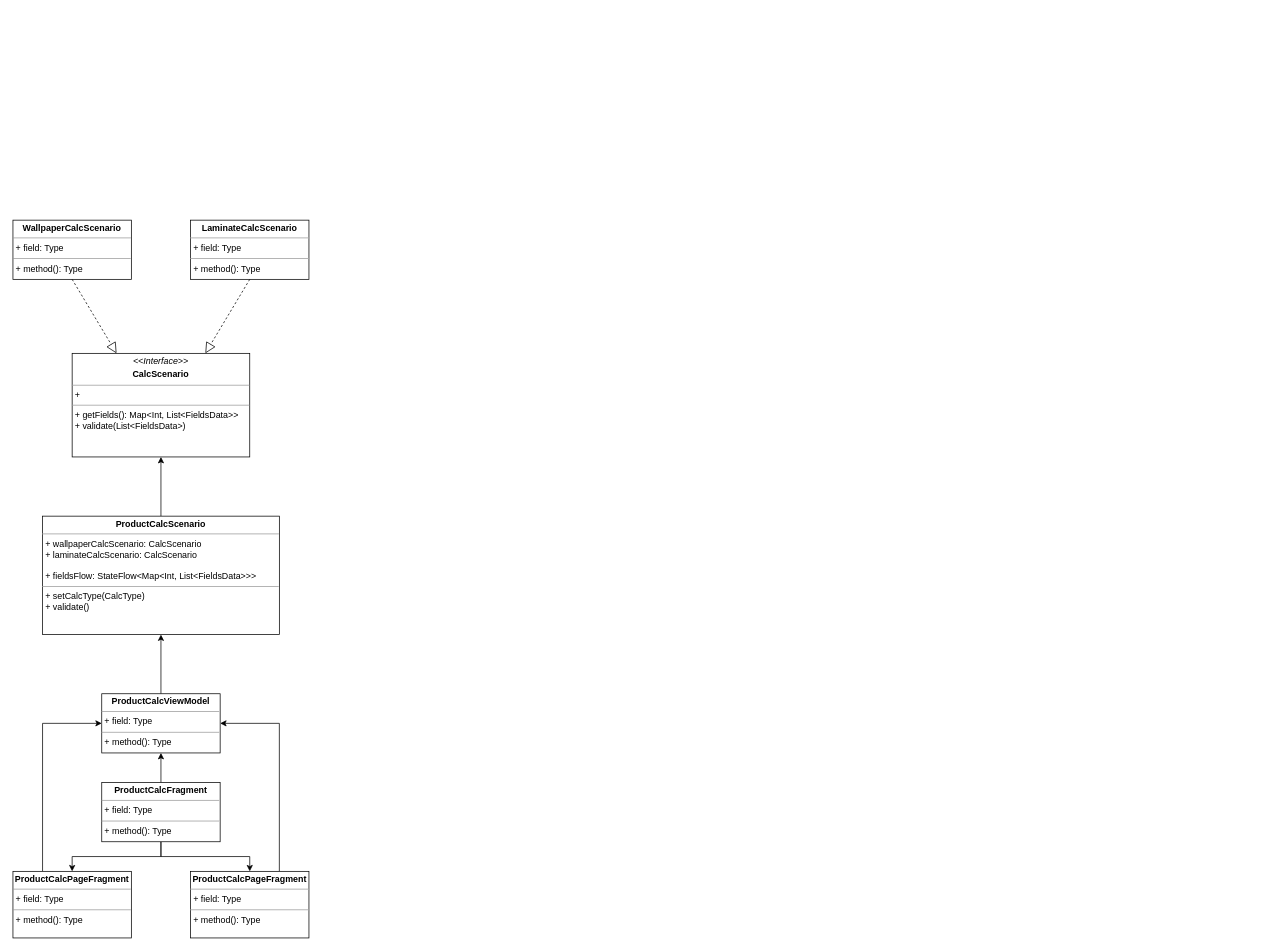
This is Калькуляторы товара.drawio from ShiryaevNikolay/diagrams, a draw.io file, before an edit. Source tidied: cells renumbered, new cells numbered last; positions are measured from the earlier drawing's top-left corner, leaving out a move shared by most shapes. Both pictures are drawn from the tidied source at 74%, with x=0, y=0 at pixel (13, 220).
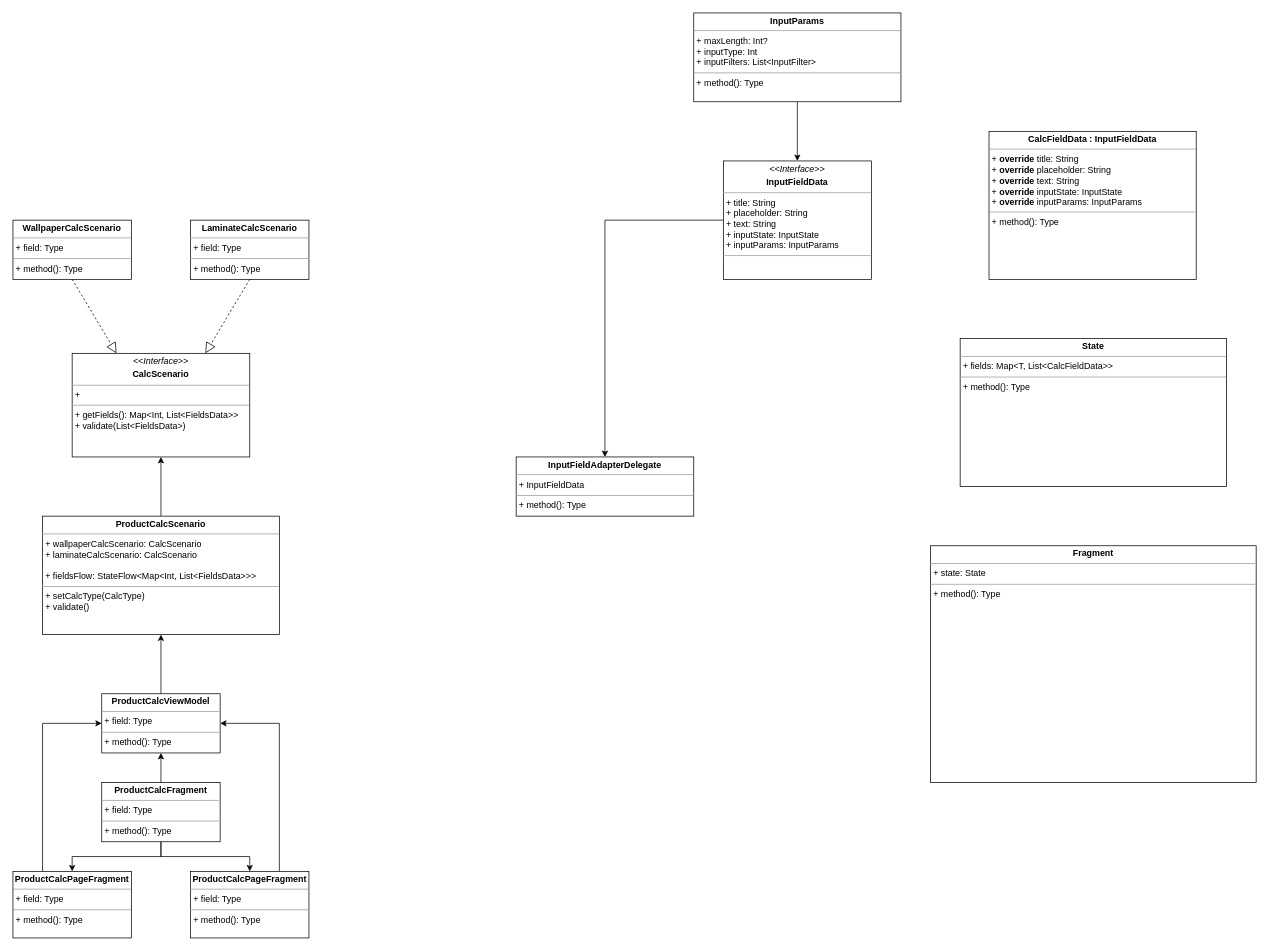
The same diagram, later.

Change to the diagram source:
```diff
@@
+    <mxCell id="19" style="edgeStyle=orthogonalEdgeStyle;rounded=0;jettySize=auto;html=1;entryX=0.5;entryY=0;entryDx=0;entryDy=0;" parent="1" edge="1" source="20" target="22">
+      <mxGeometry relative="1" as="geometry" />
+    </mxCell>
+    <mxCell id="20" value="&lt;p style=&quot;margin:0px;margin-top:4px;text-align:center;&quot;&gt;&lt;b&gt;InputParams&lt;/b&gt;&lt;/p&gt;&lt;hr size=&quot;1&quot;&gt;&lt;p style=&quot;margin:0px;margin-left:4px;&quot;&gt;+ maxLength: Int?&lt;/p&gt;&lt;p style=&quot;margin:0px;margin-left:4px;&quot;&gt;+ inputType: Int&lt;/p&gt;&lt;p style=&quot;margin:0px;margin-left:4px;&quot;&gt;+ inputFilters: List&amp;lt;InputFilter&amp;gt;&lt;br&gt;&lt;/p&gt;&lt;hr size=&quot;1&quot;&gt;&lt;p style=&quot;margin:0px;margin-left:4px;&quot;&gt;+ method(): Type&lt;/p&gt;" style="verticalAlign=top;align=left;overflow=fill;fontSize=12;fontFamily=Helvetica;html=1;whiteSpace=wrap;" parent="1" vertex="1">
+      <mxGeometry x="920" y="-280" width="280" height="120" as="geometry" />
+    </mxCell>
+    <mxCell id="21" style="edgeStyle=orthogonalEdgeStyle;rounded=0;jettySize=auto;html=1;entryX=0.5;entryY=0;entryDx=0;entryDy=0;" parent="1" edge="1" source="22" target="23">
+      <mxGeometry relative="1" as="geometry" />
+    </mxCell>
+    <mxCell id="22" value="&lt;p style=&quot;margin:0px;margin-top:4px;text-align:center;&quot;&gt;&lt;i&gt;&amp;lt;&amp;lt;Interface&amp;gt;&amp;gt;&lt;/i&gt;&lt;/p&gt;&lt;p style=&quot;margin:0px;margin-top:4px;text-align:center;&quot;&gt;&lt;b&gt;InputFieldData&lt;/b&gt;&lt;br&gt;&lt;/p&gt;&lt;hr size=&quot;1&quot;&gt;&lt;p style=&quot;margin:0px;margin-left:4px;&quot;&gt;+ title: String&lt;br&gt;+ placeholder: String&lt;/p&gt;&lt;p style=&quot;margin:0px;margin-left:4px;&quot;&gt;+ text: String&lt;/p&gt;&lt;p style=&quot;margin:0px;margin-left:4px;&quot;&gt;+ inputState: InputState&lt;/p&gt;&lt;p style=&quot;margin:0px;margin-left:4px;&quot;&gt;+ inputParams: InputParams&lt;br&gt;&lt;/p&gt;&lt;hr size=&quot;1&quot;&gt;" style="verticalAlign=top;align=left;overflow=fill;fontSize=12;fontFamily=Helvetica;html=1;whiteSpace=wrap;" parent="1" vertex="1">
+      <mxGeometry x="960" y="-80" width="200" height="160" as="geometry" />
+    </mxCell>
+    <mxCell id="23" value="&lt;p style=&quot;margin:0px;margin-top:4px;text-align:center;&quot;&gt;&lt;b&gt;InputFieldAdapterDelegate&lt;/b&gt;&lt;/p&gt;&lt;hr size=&quot;1&quot;&gt;&lt;p style=&quot;margin:0px;margin-left:4px;&quot;&gt;+ InputFieldData&lt;/p&gt;&lt;hr size=&quot;1&quot;&gt;&lt;p style=&quot;margin:0px;margin-left:4px;&quot;&gt;+ method(): Type&lt;/p&gt;" style="verticalAlign=top;align=left;overflow=fill;fontSize=12;fontFamily=Helvetica;html=1;whiteSpace=wrap;" parent="1" vertex="1">
+      <mxGeometry x="680" y="320" width="240" height="80" as="geometry" />
+    </mxCell>
+    <mxCell id="24" value="&lt;p style=&quot;margin:0px;margin-top:4px;text-align:center;&quot;&gt;&lt;b&gt;Fragment&lt;/b&gt;&lt;br&gt;&lt;/p&gt;&lt;hr size=&quot;1&quot;&gt;&lt;p style=&quot;margin:0px;margin-left:4px;&quot;&gt;+ state: State&lt;br&gt;&lt;/p&gt;&lt;hr size=&quot;1&quot;&gt;&lt;p style=&quot;margin:0px;margin-left:4px;&quot;&gt;+ method(): Type&lt;/p&gt;" style="verticalAlign=top;align=left;overflow=fill;fontSize=12;fontFamily=Helvetica;html=1;whiteSpace=wrap;" parent="1" vertex="1">
+      <mxGeometry x="1240" y="440" width="440" height="320" as="geometry" />
+    </mxCell>
+    <mxCell id="25" value="&lt;p style=&quot;margin:0px;margin-top:4px;text-align:center;&quot;&gt;&lt;b&gt;State&lt;/b&gt;&lt;/p&gt;&lt;hr size=&quot;1&quot;&gt;&lt;p style=&quot;margin:0px;margin-left:4px;&quot;&gt;+ fields: Map&amp;lt;T, List&amp;lt;CalcFieldData&amp;gt;&amp;gt;&lt;br&gt;&lt;/p&gt;&lt;hr size=&quot;1&quot;&gt;&lt;p style=&quot;margin:0px;margin-left:4px;&quot;&gt;+ method(): Type&lt;/p&gt;" style="verticalAlign=top;align=left;overflow=fill;fontSize=12;fontFamily=Helvetica;html=1;whiteSpace=wrap;" parent="1" vertex="1">
+      <mxGeometry x="1280" y="160" width="360" height="200" as="geometry" />
+    </mxCell>
+    <mxCell id="26" value="&lt;p style=&quot;margin:0px;margin-top:4px;text-align:center;&quot;&gt;&lt;b&gt;CalcFieldData : InputFieldData&lt;br&gt;&lt;/b&gt;&lt;/p&gt;&lt;hr size=&quot;1&quot;&gt;&lt;p style=&quot;margin:0px;margin-left:4px;&quot;&gt;+ &lt;b&gt;override&lt;/b&gt; title: String&lt;br&gt;+ &lt;b&gt;override &lt;/b&gt;placeholder: String&lt;/p&gt;&lt;p style=&quot;margin:0px;margin-left:4px;&quot;&gt;+ &lt;b&gt;override &lt;/b&gt;text: String&lt;/p&gt;&lt;p style=&quot;margin:0px;margin-left:4px;&quot;&gt;+ &lt;b&gt;override &lt;/b&gt;inputState: InputState&lt;/p&gt;&lt;p style=&quot;margin:0px;margin-left:4px;&quot;&gt;+ &lt;b&gt;override &lt;/b&gt;inputParams: InputParams&lt;/p&gt;&lt;hr size=&quot;1&quot;&gt;&lt;p style=&quot;margin:0px;margin-left:4px;&quot;&gt;+ method(): Type&lt;/p&gt;" style="verticalAlign=top;align=left;overflow=fill;fontSize=12;fontFamily=Helvetica;html=1;whiteSpace=wrap;" parent="1" vertex="1">
+      <mxGeometry x="1319" y="-120" width="280" height="200" as="geometry" />
+    </mxCell>
```
